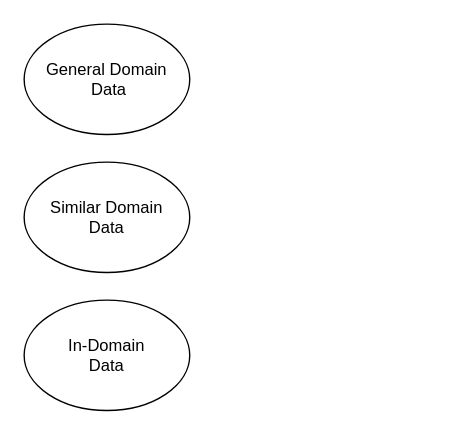
The draw.io diagram dynamic_sample.drawio in babangain/drawio, before the edit. Source tidied: cells renumbered, new cells numbered last; positions are measured from the earlier drawing's top-left corner, leaving out a move shared by most shapes. Both pictures are drawn from the tidied source at 138%, with x=0, y=0 at pixel (23, 23).
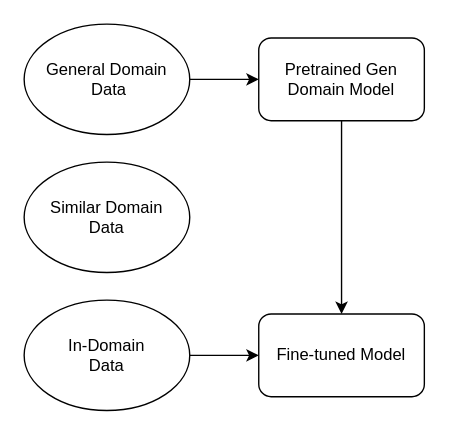
The same diagram, later.

The edit, as a diff of the source:
```diff
@@
 <mxGraphModel>
   <root>
     <mxCell id="0" />
     <mxCell id="1" parent="0" />
+    <mxCell id="5" style="edgeStyle=orthogonalEdgeStyle;rounded=0;jettySize=auto;html=1;" parent="1" edge="1" source="2" target="8">
+      <mxGeometry relative="1" as="geometry" />
+    </mxCell>
     <mxCell id="2" value="General Domain&lt;br&gt;&amp;nbsp;Data" style="ellipse;whiteSpace=wrap;html=1;" parent="1" vertex="1">
       <mxGeometry width="120" height="80" as="geometry" />
     </mxCell>
     <mxCell id="3" value="Similar Domain &lt;br&gt;Data" style="ellipse;whiteSpace=wrap;html=1;" parent="1" vertex="1">
       <mxGeometry y="100" width="120" height="80" as="geometry" />
     </mxCell>
+    <mxCell id="6" style="edgeStyle=orthogonalEdgeStyle;rounded=0;jettySize=auto;html=1;" parent="1" edge="1" source="4" target="9">
+      <mxGeometry relative="1" as="geometry" />
+    </mxCell>
     <mxCell id="4" value="In-Domain &lt;br&gt;Data" style="ellipse;whiteSpace=wrap;html=1;" parent="1" vertex="1">
       <mxGeometry y="200" width="120" height="80" as="geometry" />
     </mxCell>
+    <mxCell id="7" style="edgeStyle=orthogonalEdgeStyle;rounded=0;jettySize=auto;html=1;" parent="1" edge="1" source="8" target="9">
+      <mxGeometry relative="1" as="geometry" />
+    </mxCell>
+    <mxCell id="8" value="Pretrained Gen Domain Model" style="rounded=1;whiteSpace=wrap;html=1;" parent="1" vertex="1">
+      <mxGeometry x="170" y="10" width="120" height="60" as="geometry" />
+    </mxCell>
+    <mxCell id="9" value="Fine-tuned Model" style="whiteSpace=wrap;html=1;rounded=1;" parent="1" vertex="1">
+      <mxGeometry x="170" y="210" width="120" height="60" as="geometry" />
+    </mxCell>
   </root>
 </mxGraphModel>
```
